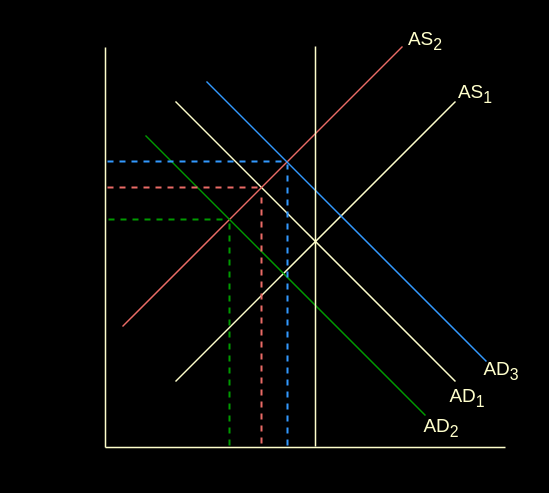
Above: EconomicsThirdCommentary.drawio in MareksNo/PONG_kivy (draw.io), before the change. Source tidied: cells renumbered, new cells numbered last; positions are measured from the earlier drawing's top-left corner, leaving out a move shared by most shapes. Both pictures are drawn from the tidied source at 100%, with x=0, y=0 at pixel (105, 26).
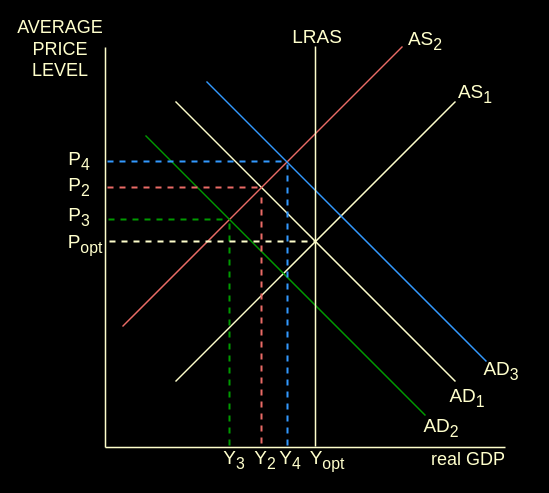
The same page after the edit.

Diff of the diagram source:
```diff
@@
+    <mxCell id="21" value="P&lt;sub&gt;3&lt;/sub&gt;" style="text;html=1;align=center;verticalAlign=middle;whiteSpace=wrap;rounded=0;fontColor=#FFFFCC;fontSize=19;" parent="1" vertex="1">
+      <mxGeometry x="-56" y="176" width="60" height="30" as="geometry" />
+    </mxCell>
+    <mxCell id="22" value="LRAS" style="text;html=1;align=center;verticalAlign=middle;whiteSpace=wrap;rounded=0;fontColor=#FFFFCC;fontSize=19;" parent="1" vertex="1">
+      <mxGeometry x="182" y="-4" width="60" height="30" as="geometry" />
+    </mxCell>
+    <mxCell id="23" value="P&lt;sub&gt;4&lt;/sub&gt;" style="text;html=1;align=center;verticalAlign=middle;whiteSpace=wrap;rounded=0;fontColor=#FFFFCC;fontSize=19;" parent="1" vertex="1">
+      <mxGeometry x="-56" y="120" width="60" height="30" as="geometry" />
+    </mxCell>
+    <mxCell id="24" value="P&lt;sub&gt;2&lt;/sub&gt;" style="text;html=1;align=center;verticalAlign=middle;whiteSpace=wrap;rounded=0;fontColor=#FFFFCC;fontSize=19;" parent="1" vertex="1">
+      <mxGeometry x="-56" y="146" width="60" height="30" as="geometry" />
+    </mxCell>
+    <mxCell id="25" style="endArrow=none;dashed=1;html=1;strokeWidth=2;rounded=0;fontColor=#EA6B66;strokeColor=#FFFFCC;sourcePerimeterSpacing=0;" parent="1" edge="1">
+      <mxGeometry relative="1" as="geometry">
+        <mxPoint x="4" y="215" as="sourcePoint" />
+        <mxPoint x="209" y="215" as="targetPoint" />
+      </mxGeometry>
+    </mxCell>
+    <mxCell id="26" value="P&lt;sub&gt;opt&lt;/sub&gt;" style="text;html=1;align=center;verticalAlign=middle;whiteSpace=wrap;rounded=0;fontColor=#FFFFCC;fontSize=19;" parent="1" vertex="1">
+      <mxGeometry x="-50" y="203" width="60" height="30" as="geometry" />
+    </mxCell>
+    <mxCell id="27" value="Y&lt;sub&gt;4&lt;/sub&gt;" style="text;html=1;align=center;verticalAlign=middle;whiteSpace=wrap;rounded=0;fontColor=#FFFFCC;fontSize=19;" parent="1" vertex="1">
+      <mxGeometry x="155" y="419" width="60" height="30" as="geometry" />
+    </mxCell>
+    <mxCell id="28" value="Y&lt;sub&gt;opt&lt;/sub&gt;" style="text;html=1;align=center;verticalAlign=middle;whiteSpace=wrap;rounded=0;fontColor=#FFFFCC;fontSize=19;" parent="1" vertex="1">
+      <mxGeometry x="192" y="419" width="60" height="30" as="geometry" />
+    </mxCell>
+    <mxCell id="29" value="Y&lt;sub&gt;2&lt;/sub&gt;" style="text;html=1;align=center;verticalAlign=middle;whiteSpace=wrap;rounded=0;fontColor=#FFFFCC;fontSize=19;" parent="1" vertex="1">
+      <mxGeometry x="130" y="419" width="60" height="30" as="geometry" />
+    </mxCell>
+    <mxCell id="30" value="Y&lt;sub&gt;3&lt;/sub&gt;" style="text;html=1;align=center;verticalAlign=middle;whiteSpace=wrap;rounded=0;fontColor=#FFFFCC;fontSize=19;" parent="1" vertex="1">
+      <mxGeometry x="99" y="419" width="60" height="30" as="geometry" />
+    </mxCell>
+    <mxCell id="31" value="AVERAGE PRICE LEVEL" style="text;html=1;align=center;verticalAlign=middle;whiteSpace=wrap;rounded=0;fontColor=#FFFFCC;fontSize=18;" parent="1" vertex="1">
+      <mxGeometry x="-75" y="8" width="60" height="30" as="geometry" />
+    </mxCell>
+    <mxCell id="32" value="real GDP" style="text;html=1;align=center;verticalAlign=middle;whiteSpace=wrap;rounded=0;fontColor=#FFFFCC;fontSize=18;" parent="1" vertex="1">
+      <mxGeometry x="324" y="418" width="78" height="30" as="geometry" />
+    </mxCell>
```
